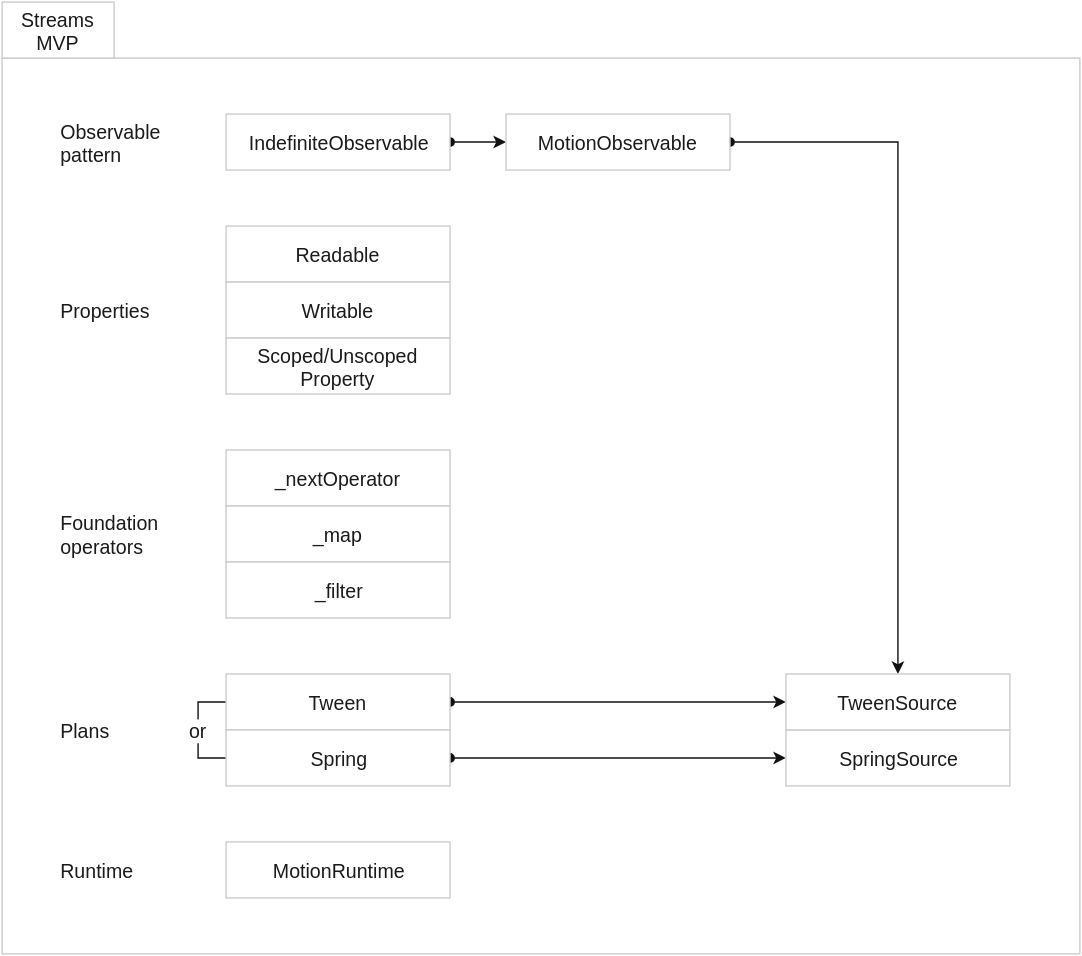
The draw.io diagram assets/tech-tree-features.svg in material-motion/material-motion, before a commit. Source tidied: cells renumbered, new cells last; positions are measured from the earlier drawing's top-left corner, leaving out a move shared by most shapes. Source of this version:
```xml
<mxGraphModel background="#ffffff">
  <root>
    <mxCell id="0" />
    <mxCell id="1" parent="0" />
    <mxCell id="2" style="whiteSpace=wrap;html=1;labelBackgroundColor=none;strokeColor=#CCCCCC;strokeWidth=1;fillColor=#FFFFFF;gradientColor=none;fontFamily=Helvetica;fontSize=14;fontColor=#1A1A1A;align=center;" parent="1" vertex="1">
      <mxGeometry y="40" width="770" height="640" as="geometry" />
    </mxCell>
    <mxCell id="3" style="edgeStyle=orthogonalEdgeStyle;rounded=0;html=1;exitX=1;exitY=0.5;entryX=0;entryY=0.5;labelBackgroundColor=#FFFFFF;startArrow=oval;startFill=1;endArrow=classic;endFill=1;jettySize=auto;strokeColor=#111;strokeWidth=1;fillColor=#ffffff;fontFamily=Helvetica;fontSize=14;fontColor=#1A1A1A;" parent="1" edge="1" source="4" target="6">
      <mxGeometry relative="1" as="geometry" />
    </mxCell>
    <mxCell id="4" value="IndefiniteObservable" style="whiteSpace=wrap;html=1;labelBackgroundColor=none;strokeColor=#CCCCCC;strokeWidth=1;fillColor=#FFFFFF;gradientColor=none;fontFamily=Helvetica;fontSize=14;fontColor=#1A1A1A;align=center;" parent="1" vertex="1">
      <mxGeometry x="160" y="80" width="160" height="40" as="geometry" />
    </mxCell>
    <mxCell id="5" style="edgeStyle=orthogonalEdgeStyle;rounded=0;html=1;exitX=1;exitY=0.5;entryX=0.5;entryY=0;labelBackgroundColor=#FFFFFF;startArrow=oval;startFill=1;endArrow=classic;endFill=1;jettySize=auto;strokeColor=#111;strokeWidth=1;fillColor=#ffffff;fontFamily=Helvetica;fontSize=14;fontColor=#1A1A1A;" parent="1" edge="1" source="6" target="19">
      <mxGeometry relative="1" as="geometry" />
    </mxCell>
    <mxCell id="6" value="MotionObservable" style="whiteSpace=wrap;html=1;labelBackgroundColor=none;strokeColor=#CCCCCC;strokeWidth=1;fillColor=#FFFFFF;gradientColor=none;fontFamily=Helvetica;fontSize=14;fontColor=#1A1A1A;align=center;" parent="1" vertex="1">
      <mxGeometry x="360" y="80" width="160" height="40" as="geometry" />
    </mxCell>
    <mxCell id="7" value="Readable" style="whiteSpace=wrap;html=1;labelBackgroundColor=none;strokeColor=#CCCCCC;strokeWidth=1;fillColor=#FFFFFF;gradientColor=none;fontFamily=Helvetica;fontSize=14;fontColor=#1A1A1A;align=center;" parent="1" vertex="1">
      <mxGeometry x="160" y="160" width="160" height="40" as="geometry" />
    </mxCell>
    <mxCell id="8" value="Writable" style="whiteSpace=wrap;html=1;labelBackgroundColor=none;strokeColor=#CCCCCC;strokeWidth=1;fillColor=#FFFFFF;gradientColor=none;fontFamily=Helvetica;fontSize=14;fontColor=#1A1A1A;align=center;" parent="1" vertex="1">
      <mxGeometry x="160" y="200" width="160" height="40" as="geometry" />
    </mxCell>
    <mxCell id="9" value="Scoped/Unscoped Property" style="whiteSpace=wrap;html=1;labelBackgroundColor=none;strokeColor=#CCCCCC;strokeWidth=1;fillColor=#FFFFFF;gradientColor=none;fontFamily=Helvetica;fontSize=14;fontColor=#1A1A1A;align=center;" parent="1" vertex="1">
      <mxGeometry x="160" y="240" width="160" height="40" as="geometry" />
    </mxCell>
    <mxCell id="10" value="_nextOperator" style="whiteSpace=wrap;html=1;labelBackgroundColor=none;strokeColor=#CCCCCC;strokeWidth=1;fillColor=#FFFFFF;gradientColor=none;fontFamily=Helvetica;fontSize=14;fontColor=#1A1A1A;align=center;" parent="1" vertex="1">
      <mxGeometry x="160" y="320" width="160" height="40" as="geometry" />
    </mxCell>
    <mxCell id="11" value="_map" style="whiteSpace=wrap;html=1;labelBackgroundColor=none;strokeColor=#CCCCCC;strokeWidth=1;fillColor=#FFFFFF;gradientColor=none;fontFamily=Helvetica;fontSize=14;fontColor=#1A1A1A;align=center;" parent="1" vertex="1">
      <mxGeometry x="160" y="360" width="160" height="40" as="geometry" />
    </mxCell>
    <mxCell id="12" value="_filter" style="whiteSpace=wrap;html=1;labelBackgroundColor=none;strokeColor=#CCCCCC;strokeWidth=1;fillColor=#FFFFFF;gradientColor=none;fontFamily=Helvetica;fontSize=14;fontColor=#1A1A1A;align=center;" parent="1" vertex="1">
      <mxGeometry x="160" y="400" width="160" height="40" as="geometry" />
    </mxCell>
    <mxCell id="13" value="or" style="edgeStyle=orthogonalEdgeStyle;rounded=0;html=1;exitX=0;exitY=0.5;entryX=0;entryY=0.5;labelBackgroundColor=#FFFFFF;startArrow=none;startFill=0;endArrow=none;endFill=0;jettySize=auto;strokeColor=#111;strokeWidth=1;fillColor=#ffffff;fontFamily=Helvetica;fontSize=14;fontColor=#1A1A1A;" parent="1" edge="1" source="15" target="17">
      <mxGeometry relative="1" as="geometry" />
    </mxCell>
    <mxCell id="14" style="edgeStyle=orthogonalEdgeStyle;rounded=0;html=1;exitX=1;exitY=0.5;entryX=0;entryY=0.5;labelBackgroundColor=#FFFFFF;startArrow=oval;startFill=1;endArrow=classic;endFill=1;jettySize=auto;strokeColor=#111;strokeWidth=1;fillColor=#ffffff;fontFamily=Helvetica;fontSize=14;fontColor=#1A1A1A;" parent="1" edge="1" source="15" target="19">
      <mxGeometry relative="1" as="geometry" />
    </mxCell>
    <mxCell id="15" value="Tween" style="whiteSpace=wrap;html=1;labelBackgroundColor=none;strokeColor=#CCCCCC;strokeWidth=1;fillColor=#FFFFFF;gradientColor=none;fontFamily=Helvetica;fontSize=14;fontColor=#1A1A1A;align=center;" parent="1" vertex="1">
      <mxGeometry x="160" y="480" width="160" height="40" as="geometry" />
    </mxCell>
    <mxCell id="16" style="edgeStyle=orthogonalEdgeStyle;rounded=0;html=1;exitX=1;exitY=0.5;entryX=0;entryY=0.5;labelBackgroundColor=#FFFFFF;startArrow=oval;startFill=1;endArrow=classic;endFill=1;jettySize=auto;strokeColor=#111;strokeWidth=1;fillColor=#ffffff;fontFamily=Helvetica;fontSize=14;fontColor=#1A1A1A;" parent="1" edge="1" source="17" target="18">
      <mxGeometry relative="1" as="geometry" />
    </mxCell>
    <mxCell id="17" value="Spring" style="whiteSpace=wrap;html=1;labelBackgroundColor=none;strokeColor=#CCCCCC;strokeWidth=1;fillColor=#FFFFFF;gradientColor=none;fontFamily=Helvetica;fontSize=14;fontColor=#1A1A1A;align=center;" parent="1" vertex="1">
      <mxGeometry x="160" y="520" width="160" height="40" as="geometry" />
    </mxCell>
    <mxCell id="18" value="SpringSource" style="whiteSpace=wrap;html=1;labelBackgroundColor=none;strokeColor=#CCCCCC;strokeWidth=1;fillColor=#FFFFFF;gradientColor=none;fontFamily=Helvetica;fontSize=14;fontColor=#1A1A1A;align=center;" parent="1" vertex="1">
      <mxGeometry x="560" y="520" width="160" height="40" as="geometry" />
    </mxCell>
    <mxCell id="19" value="TweenSource" style="whiteSpace=wrap;html=1;labelBackgroundColor=none;strokeColor=#CCCCCC;strokeWidth=1;fillColor=#FFFFFF;gradientColor=none;fontFamily=Helvetica;fontSize=14;fontColor=#1A1A1A;align=center;" parent="1" vertex="1">
      <mxGeometry x="560" y="480" width="160" height="40" as="geometry" />
    </mxCell>
    <mxCell id="20" value="MotionRuntime" style="whiteSpace=wrap;html=1;labelBackgroundColor=none;strokeColor=#CCCCCC;strokeWidth=1;fillColor=#FFFFFF;gradientColor=none;fontFamily=Helvetica;fontSize=14;fontColor=#1A1A1A;align=center;" parent="1" vertex="1">
      <mxGeometry x="160" y="600" width="160" height="40" as="geometry" />
    </mxCell>
    <mxCell id="21" value="Observable pattern" style="text;html=1;strokeColor=none;fillColor=none;align=left;verticalAlign=middle;whiteSpace=wrap;labelBackgroundColor=none;fontFamily=Helvetica;fontSize=14;fontColor=#1A1A1A;" parent="1" vertex="1">
      <mxGeometry x="40" y="80" width="80" height="40" as="geometry" />
    </mxCell>
    <mxCell id="22" value="Properties" style="text;html=1;strokeColor=none;fillColor=none;align=left;verticalAlign=middle;whiteSpace=wrap;labelBackgroundColor=none;fontFamily=Helvetica;fontSize=14;fontColor=#1A1A1A;" parent="1" vertex="1">
      <mxGeometry x="40" y="200" width="80" height="40" as="geometry" />
    </mxCell>
    <mxCell id="23" value="Foundation operators" style="text;html=1;strokeColor=none;fillColor=none;align=left;verticalAlign=middle;whiteSpace=wrap;labelBackgroundColor=none;fontFamily=Helvetica;fontSize=14;fontColor=#1A1A1A;" parent="1" vertex="1">
      <mxGeometry x="40" y="360" width="80" height="40" as="geometry" />
    </mxCell>
    <mxCell id="24" value="Plans" style="text;html=1;strokeColor=none;fillColor=none;align=left;verticalAlign=middle;whiteSpace=wrap;labelBackgroundColor=none;fontFamily=Helvetica;fontSize=14;fontColor=#1A1A1A;" parent="1" vertex="1">
      <mxGeometry x="40" y="500" width="80" height="40" as="geometry" />
    </mxCell>
    <mxCell id="25" value="Runtime" style="text;html=1;strokeColor=none;fillColor=none;align=left;verticalAlign=middle;whiteSpace=wrap;labelBackgroundColor=none;fontFamily=Helvetica;fontSize=14;fontColor=#1A1A1A;" parent="1" vertex="1">
      <mxGeometry x="40" y="600" width="80" height="40" as="geometry" />
    </mxCell>
    <mxCell id="26" value="&lt;span&gt;Streams MVP&lt;/span&gt;" style="whiteSpace=wrap;html=1;labelBackgroundColor=none;strokeColor=#CCCCCC;strokeWidth=1;fillColor=#FFFFFF;gradientColor=none;fontFamily=Helvetica;fontSize=14;fontColor=#1A1A1A;align=center;" parent="1" vertex="1">
      <mxGeometry width="80" height="40" as="geometry" />
    </mxCell>
  </root>
</mxGraphModel>
```
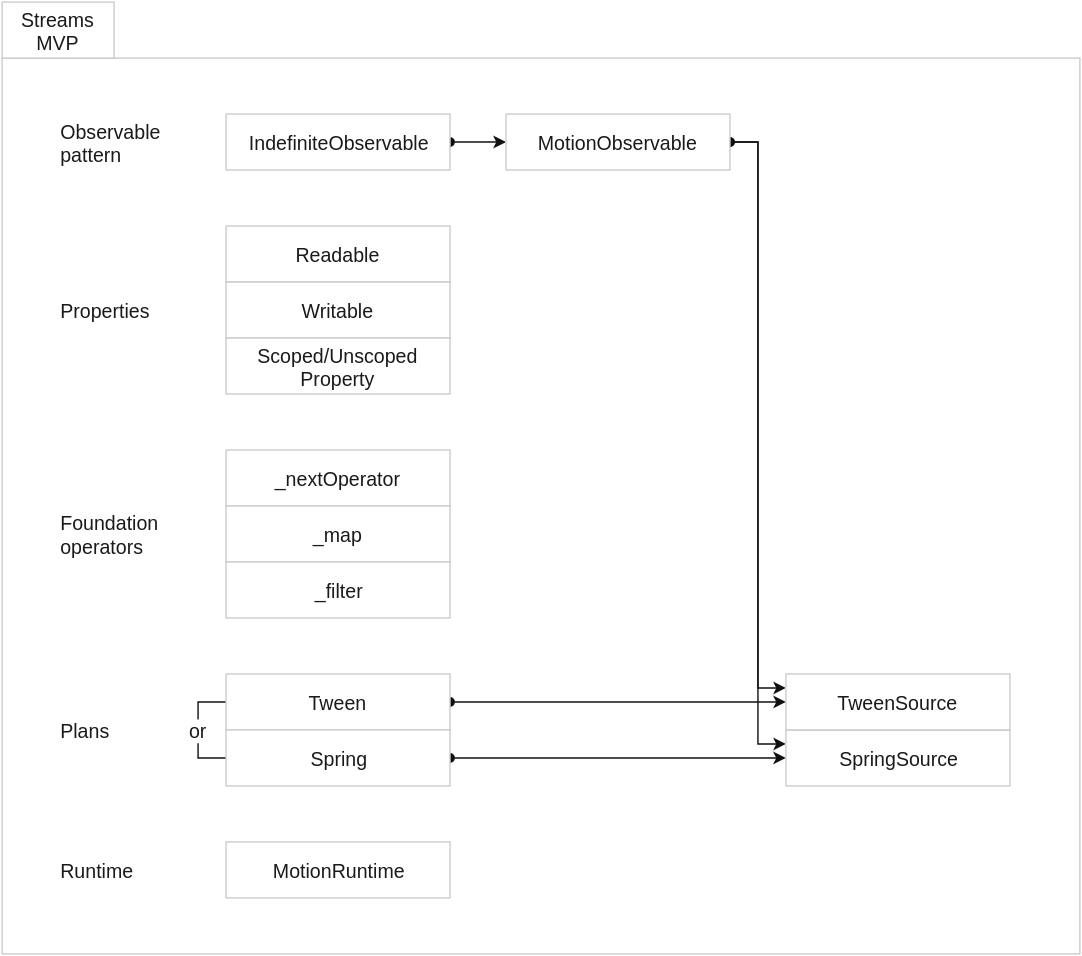
After the change.

Diff of the diagram source:
```diff
@@ -11,9 +11,12 @@
     <mxCell id="4" value="IndefiniteObservable" style="whiteSpace=wrap;html=1;labelBackgroundColor=none;strokeColor=#CCCCCC;strokeWidth=1;fillColor=#FFFFFF;gradientColor=none;fontFamily=Helvetica;fontSize=14;fontColor=#1A1A1A;align=center;" parent="1" vertex="1">
       <mxGeometry x="160" y="80" width="160" height="40" as="geometry" />
     </mxCell>
-    <mxCell id="5" style="edgeStyle=orthogonalEdgeStyle;rounded=0;html=1;exitX=1;exitY=0.5;entryX=0.5;entryY=0;labelBackgroundColor=#FFFFFF;startArrow=oval;startFill=1;endArrow=classic;endFill=1;jettySize=auto;strokeColor=#111;strokeWidth=1;fillColor=#ffffff;fontFamily=Helvetica;fontSize=14;fontColor=#1A1A1A;" parent="1" edge="1" source="6" target="19">
+    <mxCell id="5" style="edgeStyle=orthogonalEdgeStyle;rounded=0;html=1;exitX=1;exitY=0.5;entryX=0;entryY=0.25;labelBackgroundColor=#FFFFFF;startArrow=oval;startFill=1;endArrow=classic;endFill=1;jettySize=auto;strokeColor=#111;strokeWidth=1;fillColor=#ffffff;fontFamily=Helvetica;fontSize=14;fontColor=#1A1A1A;" parent="1" edge="1" source="6" target="19">
       <mxGeometry relative="1" as="geometry" />
     </mxCell>
+    <mxCell id="27" style="edgeStyle=orthogonalEdgeStyle;rounded=0;html=1;exitX=1;exitY=0.5;entryX=0;entryY=0.25;labelBackgroundColor=#FFFFFF;startArrow=oval;startFill=1;endArrow=classic;endFill=1;jettySize=auto;strokeColor=#111;strokeWidth=1;fillColor=#ffffff;fontFamily=Helvetica;fontSize=14;fontColor=#1A1A1A;" parent="1" edge="1" source="6" target="18">
+      <mxGeometry relative="1" as="geometry" />
+    </mxCell>
     <mxCell id="6" value="MotionObservable" style="whiteSpace=wrap;html=1;labelBackgroundColor=none;strokeColor=#CCCCCC;strokeWidth=1;fillColor=#FFFFFF;gradientColor=none;fontFamily=Helvetica;fontSize=14;fontColor=#1A1A1A;align=center;" parent="1" vertex="1">
       <mxGeometry x="360" y="80" width="160" height="40" as="geometry" />
     </mxCell>
```
